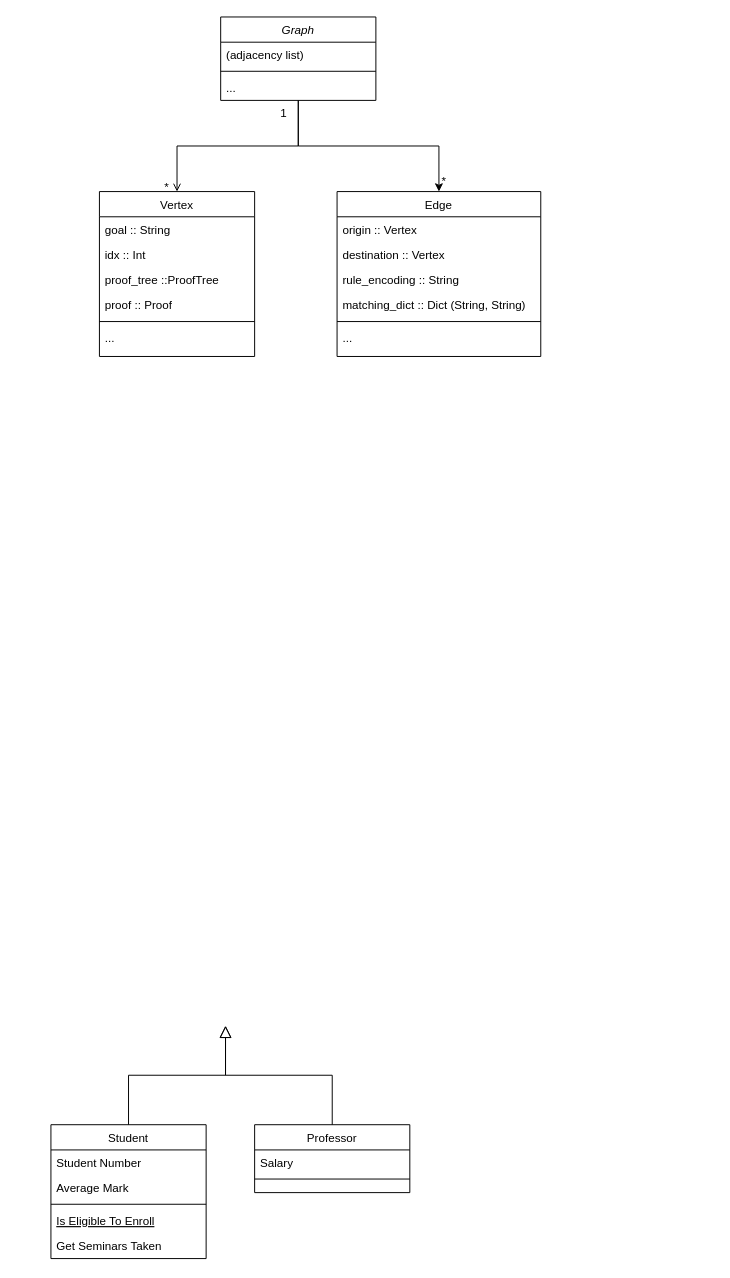
The draw.io diagram Untitled Diagram.drawio in eileenwang1/Python-Prolog-Interpreter, before the edit. Source tidied: cells renumbered, new cells numbered last; positions are measured from the earlier drawing's top-left corner, leaving out a move shared by most shapes. Both pictures are drawn from the tidied source at 97%, with x=0, y=0 at pixel (50, 16).
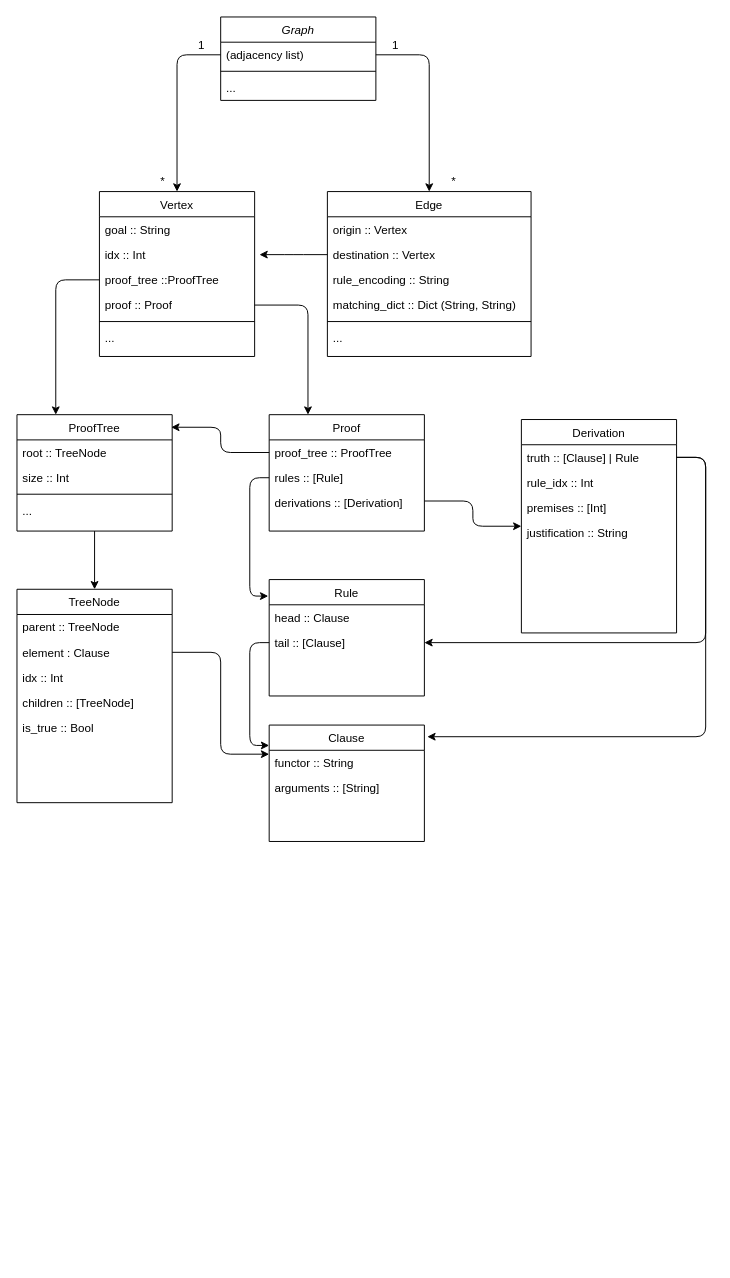
The same diagram, later.

Unchanged cells that the change refers to:
```xml
<mxCell id="4" value="(adjacency list)" style="text;align=left;verticalAlign=top;spacingLeft=4;spacingRight=4;overflow=hidden;points=[[0,0.5],[1,0.5]];portConstraint=eastwest;" parent="3" vertex="1">
  <mxGeometry y="26" width="160" height="26" as="geometry" />
</mxCell>
```

Diff of the diagram source:
```diff
@@
-    <mxCell id="2" style="edgeStyle=orthogonalEdgeStyle;rounded=0;jettySize=auto;html=1;" parent="1" edge="1" source="3" target="28">
-      <mxGeometry relative="1" as="geometry" />
-    </mxCell>
-    <mxCell id="3" value="Graph" style="swimlane;fontStyle=2;align=center;verticalAlign=top;horizontal=1;startSize=26;rounded=0;shadow=0;strokeWidth=1;" parent="1" vertex="1">
+    <mxCell id="3" value="Graph" style="swimlane;fontStyle=2;align=center;verticalAlign=top;horizontal=1;startSize=26;shadow=0;strokeWidth=1;" parent="1" vertex="1">
       <mxGeometry x="175" width="160" height="86" as="geometry" />
     </mxCell>
@@
-    <mxCell id="7" value="Student" style="swimlane;fontStyle=0;align=center;verticalAlign=top;horizontal=1;startSize=26;rounded=0;shadow=0;strokeWidth=1;" parent="1" vertex="1">
-      <mxGeometry y="1142" width="160" height="138" as="geometry" />
-    </mxCell>
-    <mxCell id="8" value="Student Number" style="text;align=left;verticalAlign=top;spacingLeft=4;spacingRight=4;overflow=hidden;" parent="7" vertex="1">
-      <mxGeometry y="26" width="160" height="26" as="geometry" />
-    </mxCell>
-    <mxCell id="9" value="Average Mark" style="text;align=left;verticalAlign=top;spacingLeft=4;spacingRight=4;overflow=hidden;rounded=0;shadow=0;html=0;" parent="7" vertex="1">
-      <mxGeometry y="52" width="160" height="26" as="geometry" />
-    </mxCell>
-    <mxCell id="10" style="line;html=1;strokeWidth=1;align=left;verticalAlign=middle;spacingTop=-1;spacingLeft=3;spacingRight=3;labelPosition=right;" parent="7" vertex="1">
-      <mxGeometry y="78" width="160" height="8" as="geometry" />
-    </mxCell>
-    <mxCell id="11" value="Is Eligible To Enroll" style="text;align=left;verticalAlign=top;spacingLeft=4;spacingRight=4;overflow=hidden;fontStyle=4;" parent="7" vertex="1">
-      <mxGeometry y="86" width="160" height="26" as="geometry" />
-    </mxCell>
-    <mxCell id="12" value="Get Seminars Taken" style="text;align=left;verticalAlign=top;spacingLeft=4;spacingRight=4;overflow=hidden;" parent="7" vertex="1">
-      <mxGeometry y="112" width="160" height="26" as="geometry" />
-    </mxCell>
-    <mxCell id="13" style="endArrow=block;endSize=10;endFill=0;shadow=0;strokeWidth=1;rounded=0;edgeStyle=elbowEdgeStyle;elbow=vertical;" parent="1" edge="1" source="7">
-      <mxGeometry relative="1" as="geometry">
-        <mxPoint x="180" y="1040" as="targetPoint" />
-      </mxGeometry>
-    </mxCell>
-    <mxCell id="14" value="Professor" style="swimlane;fontStyle=0;align=center;verticalAlign=top;horizontal=1;startSize=26;rounded=0;shadow=0;strokeWidth=1;" parent="1" vertex="1">
-      <mxGeometry x="210" y="1142" width="160" height="70" as="geometry" />
-    </mxCell>
-    <mxCell id="15" value="Salary" style="text;align=left;verticalAlign=top;spacingLeft=4;spacingRight=4;overflow=hidden;" parent="14" vertex="1">
-      <mxGeometry y="26" width="160" height="26" as="geometry" />
-    </mxCell>
-    <mxCell id="16" style="line;html=1;strokeWidth=1;align=left;verticalAlign=middle;spacingTop=-1;spacingLeft=3;spacingRight=3;labelPosition=right;" parent="14" vertex="1">
-      <mxGeometry y="52" width="160" height="8" as="geometry" />
-    </mxCell>
-    <mxCell id="17" style="endArrow=block;endSize=10;endFill=0;shadow=0;strokeWidth=1;rounded=0;edgeStyle=elbowEdgeStyle;elbow=vertical;" parent="1" edge="1" source="14">
-      <mxGeometry relative="1" as="geometry">
-        <mxPoint x="180" y="1040" as="targetPoint" />
-      </mxGeometry>
-    </mxCell>
-    <mxCell id="18" value="Vertex" style="swimlane;fontStyle=0;align=center;verticalAlign=top;horizontal=1;startSize=26;rounded=0;shadow=0;strokeWidth=1;" parent="1" vertex="1">
+    <mxCell id="18" value="Vertex" style="swimlane;fontStyle=0;align=center;verticalAlign=top;horizontal=1;startSize=26;shadow=0;strokeWidth=1;" parent="1" vertex="1">
       <mxGeometry x="50" y="180" width="160" height="170" as="geometry" />
     </mxCell>
@@
-    <mxCell id="20" value="idx :: Int" style="text;align=left;verticalAlign=top;spacingLeft=4;spacingRight=4;overflow=hidden;rounded=0;shadow=0;html=0;" parent="18" vertex="1">
+    <mxCell id="20" value="idx :: Int" style="text;align=left;verticalAlign=top;spacingLeft=4;spacingRight=4;overflow=hidden;shadow=0;html=0;" parent="18" vertex="1">
       <mxGeometry y="52" width="160" height="26" as="geometry" />
     </mxCell>
-    <mxCell id="21" value="proof_tree ::ProofTree" style="text;align=left;verticalAlign=top;spacingLeft=4;spacingRight=4;overflow=hidden;points=[[0,0.5],[1,0.5]];portConstraint=eastwest;rounded=0;shadow=0;html=0;" parent="18" vertex="1">
+    <mxCell id="21" value="proof_tree ::ProofTree" style="text;align=left;verticalAlign=top;spacingLeft=4;spacingRight=4;overflow=hidden;points=[[0,0.5],[1,0.5]];portConstraint=eastwest;shadow=0;html=0;" parent="18" vertex="1">
       <mxGeometry y="78" width="160" height="26" as="geometry" />
     </mxCell>
-    <mxCell id="22" value="proof :: Proof" style="text;align=left;verticalAlign=top;spacingLeft=4;spacingRight=4;overflow=hidden;points=[[0,0.5],[1,0.5]];portConstraint=eastwest;rounded=0;shadow=0;html=0;" parent="18" vertex="1">
+    <mxCell id="22" value="proof :: Proof" style="text;align=left;verticalAlign=top;spacingLeft=4;spacingRight=4;overflow=hidden;points=[[0,0.5],[1,0.5]];portConstraint=eastwest;shadow=0;html=0;" parent="18" vertex="1">
       <mxGeometry y="104" width="160" height="26" as="geometry" />
     </mxCell>
@@
-    <mxCell id="25" style="endArrow=open;shadow=0;strokeWidth=1;rounded=0;endFill=1;edgeStyle=elbowEdgeStyle;elbow=vertical;" parent="1" edge="1" source="3" target="18">
-      <mxGeometry x="0.5" y="41" relative="1" as="geometry">
-        <mxPoint x="-40" y="32" as="offset" />
-      </mxGeometry>
-    </mxCell>
-    <mxCell id="26" value="1" style="align=left;verticalAlign=bottom;labelBackgroundColor=none;fontSize=12;" parent="25" vertex="1">
-      <mxGeometry x="-1" relative="1" as="geometry">
-        <mxPoint x="-20" y="22" as="offset" />
-      </mxGeometry>
-    </mxCell>
-    <mxCell id="27" value="*" style="align=right;verticalAlign=bottom;labelBackgroundColor=none;fontSize=12;" parent="25" vertex="1">
-      <mxGeometry x="1" relative="1" as="geometry">
-        <mxPoint x="-7" y="4" as="offset" />
-      </mxGeometry>
-    </mxCell>
-    <mxCell id="28" value="Edge" style="swimlane;fontStyle=0;align=center;verticalAlign=top;horizontal=1;startSize=26;rounded=0;shadow=0;strokeWidth=1;" parent="1" vertex="1">
-      <mxGeometry x="295" y="180" width="210" height="170" as="geometry" />
+    <mxCell id="28" value="Edge" style="swimlane;fontStyle=0;align=center;verticalAlign=top;horizontal=1;startSize=26;shadow=0;strokeWidth=1;" parent="1" vertex="1">
+      <mxGeometry x="285" y="180" width="210" height="170" as="geometry" />
     </mxCell>
@@
-    <mxCell id="30" value="destination :: Vertex" style="text;align=left;verticalAlign=top;spacingLeft=4;spacingRight=4;overflow=hidden;points=[[0,0.5],[1,0.5]];portConstraint=eastwest;rounded=0;shadow=0;html=0;" parent="28" vertex="1">
+    <mxCell id="30" value="destination :: Vertex" style="text;align=left;verticalAlign=top;spacingLeft=4;spacingRight=4;overflow=hidden;points=[[0,0.5],[1,0.5]];portConstraint=eastwest;shadow=0;html=0;" parent="28" vertex="1">
       <mxGeometry y="52" width="210" height="26" as="geometry" />
     </mxCell>
-    <mxCell id="31" value="rule_encoding :: String" style="text;align=left;verticalAlign=top;spacingLeft=4;spacingRight=4;overflow=hidden;rounded=0;shadow=0;html=0;" parent="28" vertex="1">
+    <mxCell id="31" value="rule_encoding :: String" style="text;align=left;verticalAlign=top;spacingLeft=4;spacingRight=4;overflow=hidden;shadow=0;html=0;" parent="28" vertex="1">
       <mxGeometry y="78" width="210" height="26" as="geometry" />
     </mxCell>
-    <mxCell id="32" value="matching_dict :: Dict (String, String)" style="text;align=left;verticalAlign=top;spacingLeft=4;spacingRight=4;overflow=hidden;rounded=0;shadow=0;html=0;" parent="28" vertex="1">
+    <mxCell id="32" value="matching_dict :: Dict (String, String)" style="text;align=left;verticalAlign=top;spacingLeft=4;spacingRight=4;overflow=hidden;shadow=0;html=0;" parent="28" vertex="1">
       <mxGeometry y="104" width="210" height="26" as="geometry" />
     </mxCell>
@@
     <mxCell id="35" value="*" style="text;html=1;align=center;verticalAlign=middle;strokeColor=none;" parent="1" vertex="1">
-      <mxGeometry x="395" y="160" width="20" height="20" as="geometry" />
+      <mxGeometry x="405" y="160" width="20" height="20" as="geometry" />
     </mxCell>
+    <mxCell id="36" style="edgeStyle=orthogonalEdgeStyle;jettySize=auto;html=1;entryX=0.5;entryY=0;entryDx=0;entryDy=0;" parent="1" edge="1" source="37" target="41">
+      <mxGeometry relative="1" as="geometry" />
+    </mxCell>
+    <mxCell id="37" value="ProofTree" style="swimlane;fontStyle=0;align=center;verticalAlign=top;horizontal=1;startSize=26;shadow=0;strokeWidth=1;" parent="1" vertex="1">
+      <mxGeometry x="-35" y="410" width="160" height="120" as="geometry" />
+    </mxCell>
+    <mxCell id="38" value="root :: TreeNode" style="text;align=left;verticalAlign=top;spacingLeft=4;spacingRight=4;overflow=hidden;" parent="37" vertex="1">
+      <mxGeometry y="26" width="160" height="26" as="geometry" />
+    </mxCell>
+    <mxCell id="39" value="size :: Int" style="text;align=left;verticalAlign=top;spacingLeft=4;spacingRight=4;overflow=hidden;shadow=0;html=0;" parent="37" vertex="1">
+      <mxGeometry y="52" width="160" height="26" as="geometry" />
+    </mxCell>
+    <mxCell id="10" style="line;html=1;strokeWidth=1;align=left;verticalAlign=middle;spacingTop=-1;spacingLeft=3;spacingRight=3;labelPosition=right;" parent="37" vertex="1">
+      <mxGeometry y="78" width="160" height="8" as="geometry" />
+    </mxCell>
+    <mxCell id="40" value="..." style="text;align=left;verticalAlign=top;spacingLeft=4;spacingRight=4;overflow=hidden;" parent="37" vertex="1">
+      <mxGeometry y="86" width="160" height="26" as="geometry" />
+    </mxCell>
+    <mxCell id="41" value="TreeNode" style="swimlane;fontStyle=0;align=center;verticalAlign=top;horizontal=1;startSize=26;shadow=0;strokeWidth=1;" parent="1" vertex="1">
+      <mxGeometry x="-35" y="590" width="160" height="220" as="geometry" />
+    </mxCell>
+    <mxCell id="42" value="parent :: TreeNode" style="text;align=left;verticalAlign=top;spacingLeft=4;spacingRight=4;overflow=hidden;" parent="41" vertex="1">
+      <mxGeometry y="26" width="160" height="26" as="geometry" />
+    </mxCell>
+    <mxCell id="43" value="element : Clause" style="text;align=left;verticalAlign=top;spacingLeft=4;spacingRight=4;overflow=hidden;points=[[0,0.5],[1,0.5]];portConstraint=eastwest;shadow=0;html=0;" parent="41" vertex="1">
+      <mxGeometry y="52" width="160" height="26" as="geometry" />
+    </mxCell>
+    <mxCell id="44" value="idx :: Int" style="text;align=left;verticalAlign=top;spacingLeft=4;spacingRight=4;overflow=hidden;shadow=0;html=0;" parent="41" vertex="1">
+      <mxGeometry y="78" width="160" height="26" as="geometry" />
+    </mxCell>
+    <mxCell id="45" value="children :: [TreeNode]&#10;" style="text;align=left;verticalAlign=top;spacingLeft=4;spacingRight=4;overflow=hidden;shadow=0;html=0;" parent="41" vertex="1">
+      <mxGeometry y="104" width="160" height="26" as="geometry" />
+    </mxCell>
+    <mxCell id="46" value="is_true :: Bool" style="text;align=left;verticalAlign=top;spacingLeft=4;spacingRight=4;overflow=hidden;shadow=0;html=0;" parent="41" vertex="1">
+      <mxGeometry y="130" width="160" height="26" as="geometry" />
+    </mxCell>
+    <mxCell id="47" style="edgeStyle=orthogonalEdgeStyle;jettySize=auto;html=1;entryX=0.5;entryY=0;entryDx=0;entryDy=0;" parent="1" edge="1" source="4" target="18">
+      <mxGeometry relative="1" as="geometry" />
+    </mxCell>
+    <mxCell id="48" style="edgeStyle=orthogonalEdgeStyle;jettySize=auto;html=1;entryX=0.5;entryY=0;entryDx=0;entryDy=0;" parent="1" edge="1" source="4" target="28">
+      <mxGeometry relative="1" as="geometry" />
+    </mxCell>
+    <mxCell id="27" value="*" style="text;html=1;align=center;verticalAlign=middle;strokeColor=none;" parent="1" vertex="1">
+      <mxGeometry x="105" y="160" width="20" height="20" as="geometry" />
+    </mxCell>
+    <mxCell id="49" value="1" style="text;html=1;align=center;verticalAlign=middle;strokeColor=none;" parent="1" vertex="1">
+      <mxGeometry x="145" y="20" width="20" height="20" as="geometry" />
+    </mxCell>
+    <mxCell id="50" value="1" style="text;html=1;align=center;verticalAlign=middle;strokeColor=none;" parent="1" vertex="1">
+      <mxGeometry x="345" y="20" width="20" height="20" as="geometry" />
+    </mxCell>
+    <mxCell id="51" value="Proof" style="swimlane;fontStyle=0;align=center;verticalAlign=top;horizontal=1;startSize=26;shadow=0;strokeWidth=1;" parent="1" vertex="1">
+      <mxGeometry x="225" y="410" width="160" height="120" as="geometry" />
+    </mxCell>
+    <mxCell id="52" value="proof_tree :: ProofTree" style="text;align=left;verticalAlign=top;spacingLeft=4;spacingRight=4;overflow=hidden;points=[[0,0.5],[1,0.5]];portConstraint=eastwest;" parent="51" vertex="1">
+      <mxGeometry y="26" width="160" height="26" as="geometry" />
+    </mxCell>
+    <mxCell id="53" value="rules :: [Rule]" style="text;align=left;verticalAlign=top;spacingLeft=4;spacingRight=4;overflow=hidden;points=[[0,0.5],[1,0.5]];portConstraint=eastwest;shadow=0;html=0;" parent="51" vertex="1">
+      <mxGeometry y="52" width="160" height="26" as="geometry" />
+    </mxCell>
+    <mxCell id="54" value="derivations :: [Derivation]" style="text;align=left;verticalAlign=top;spacingLeft=4;spacingRight=4;overflow=hidden;points=[[0,0.5],[1,0.5]];portConstraint=eastwest;" parent="51" vertex="1">
+      <mxGeometry y="78" width="160" height="22" as="geometry" />
+    </mxCell>
+    <mxCell id="55" value="Derivation" style="swimlane;fontStyle=0;align=center;verticalAlign=top;horizontal=1;startSize=26;shadow=0;strokeWidth=1;" parent="1" vertex="1">
+      <mxGeometry x="485" y="415" width="160" height="220" as="geometry" />
+    </mxCell>
+    <mxCell id="56" value="truth :: [Clause] | Rule" style="text;align=left;verticalAlign=top;spacingLeft=4;spacingRight=4;overflow=hidden;points=[[0,0.5],[1,0.5]];portConstraint=eastwest;" parent="55" vertex="1">
+      <mxGeometry y="26" width="160" height="26" as="geometry" />
+    </mxCell>
+    <mxCell id="57" value="rule_idx :: Int" style="text;align=left;verticalAlign=top;spacingLeft=4;spacingRight=4;overflow=hidden;shadow=0;html=0;" parent="55" vertex="1">
+      <mxGeometry y="52" width="160" height="26" as="geometry" />
+    </mxCell>
+    <mxCell id="58" value="premises :: [Int]" style="text;align=left;verticalAlign=top;spacingLeft=4;spacingRight=4;overflow=hidden;shadow=0;html=0;" parent="55" vertex="1">
+      <mxGeometry y="78" width="160" height="26" as="geometry" />
+    </mxCell>
+    <mxCell id="59" value="justification :: String" style="text;align=left;verticalAlign=top;spacingLeft=4;spacingRight=4;overflow=hidden;shadow=0;html=0;" parent="55" vertex="1">
+      <mxGeometry y="104" width="160" height="26" as="geometry" />
+    </mxCell>
+    <mxCell id="60" value="Rule" style="swimlane;fontStyle=0;align=center;verticalAlign=top;horizontal=1;startSize=26;shadow=0;strokeWidth=1;" parent="1" vertex="1">
+      <mxGeometry x="225" y="580" width="160" height="120" as="geometry" />
+    </mxCell>
+    <mxCell id="61" value="head :: Clause" style="text;align=left;verticalAlign=top;spacingLeft=4;spacingRight=4;overflow=hidden;" parent="60" vertex="1">
+      <mxGeometry y="26" width="160" height="26" as="geometry" />
+    </mxCell>
+    <mxCell id="62" value="tail :: [Clause]" style="text;align=left;verticalAlign=top;spacingLeft=4;spacingRight=4;overflow=hidden;points=[[0,0.5],[1,0.5]];portConstraint=eastwest;shadow=0;html=0;" parent="60" vertex="1">
+      <mxGeometry y="52" width="160" height="26" as="geometry" />
+    </mxCell>
+    <mxCell id="63" value="Clause" style="swimlane;fontStyle=0;align=center;verticalAlign=top;horizontal=1;startSize=26;shadow=0;strokeWidth=1;" parent="1" vertex="1">
+      <mxGeometry x="225" y="730" width="160" height="120" as="geometry" />
+    </mxCell>
+    <mxCell id="64" value="functor :: String" style="text;align=left;verticalAlign=top;spacingLeft=4;spacingRight=4;overflow=hidden;" parent="63" vertex="1">
+      <mxGeometry y="26" width="160" height="26" as="geometry" />
+    </mxCell>
+    <mxCell id="65" value="arguments :: [String]" style="text;align=left;verticalAlign=top;spacingLeft=4;spacingRight=4;overflow=hidden;shadow=0;html=0;" parent="63" vertex="1">
+      <mxGeometry y="52" width="160" height="26" as="geometry" />
+    </mxCell>
+    <mxCell id="66" style="edgeStyle=orthogonalEdgeStyle;jettySize=auto;html=1;" parent="1" edge="1" source="54" target="55">
+      <mxGeometry relative="1" as="geometry" />
+    </mxCell>
+    <mxCell id="67" style="edgeStyle=orthogonalEdgeStyle;jettySize=auto;html=1;entryX=-0.006;entryY=0.142;entryDx=0;entryDy=0;entryPerimeter=0;" parent="1" edge="1" source="53" target="60">
+      <mxGeometry relative="1" as="geometry" />
+    </mxCell>
+    <mxCell id="68" style="edgeStyle=orthogonalEdgeStyle;jettySize=auto;html=1;entryX=0.994;entryY=0.108;entryDx=0;entryDy=0;entryPerimeter=0;" parent="1" edge="1" source="52" target="37">
+      <mxGeometry relative="1" as="geometry" />
+    </mxCell>
+    <mxCell id="69" style="edgeStyle=orthogonalEdgeStyle;jettySize=auto;html=1;entryX=0;entryY=0.175;entryDx=0;entryDy=0;entryPerimeter=0;" parent="1" edge="1" source="62" target="63">
+      <mxGeometry relative="1" as="geometry" />
+    </mxCell>
+    <mxCell id="70" style="edgeStyle=orthogonalEdgeStyle;jettySize=auto;html=1;entryX=0;entryY=0.25;entryDx=0;entryDy=0;" parent="1" edge="1" source="43" target="63">
+      <mxGeometry relative="1" as="geometry" />
+    </mxCell>
+    <mxCell id="71" style="edgeStyle=orthogonalEdgeStyle;rounded=1;jettySize=auto;html=1;entryX=1;entryY=0.5;entryDx=0;entryDy=0;" parent="1" edge="1" source="56" target="62">
+      <mxGeometry relative="1" as="geometry">
+        <Array as="points">
+          <mxPoint x="675" y="454" />
+          <mxPoint x="675" y="645" />
+        </Array>
+      </mxGeometry>
+    </mxCell>
+    <mxCell id="72" style="edgeStyle=orthogonalEdgeStyle;rounded=1;jettySize=auto;html=1;entryX=1.019;entryY=0.1;entryDx=0;entryDy=0;entryPerimeter=0;" parent="1" edge="1" source="56" target="63">
+      <mxGeometry relative="1" as="geometry">
+        <Array as="points">
+          <mxPoint x="675" y="454" />
+          <mxPoint x="675" y="742" />
+        </Array>
+      </mxGeometry>
+    </mxCell>
+    <mxCell id="73" style="edgeStyle=orthogonalEdgeStyle;rounded=1;jettySize=auto;html=1;" parent="1" edge="1" source="30">
+      <mxGeometry relative="1" as="geometry">
+        <mxPoint x="215" y="245" as="targetPoint" />
+      </mxGeometry>
+    </mxCell>
+    <mxCell id="74" style="edgeStyle=orthogonalEdgeStyle;rounded=1;jettySize=auto;html=1;entryX=0.25;entryY=0;entryDx=0;entryDy=0;" parent="1" edge="1" source="22" target="51">
+      <mxGeometry relative="1" as="geometry" />
+    </mxCell>
+    <mxCell id="75" style="edgeStyle=orthogonalEdgeStyle;rounded=1;jettySize=auto;html=1;entryX=0.25;entryY=0;entryDx=0;entryDy=0;" parent="1" edge="1" source="21" target="37">
+      <mxGeometry relative="1" as="geometry" />
+    </mxCell>
```
